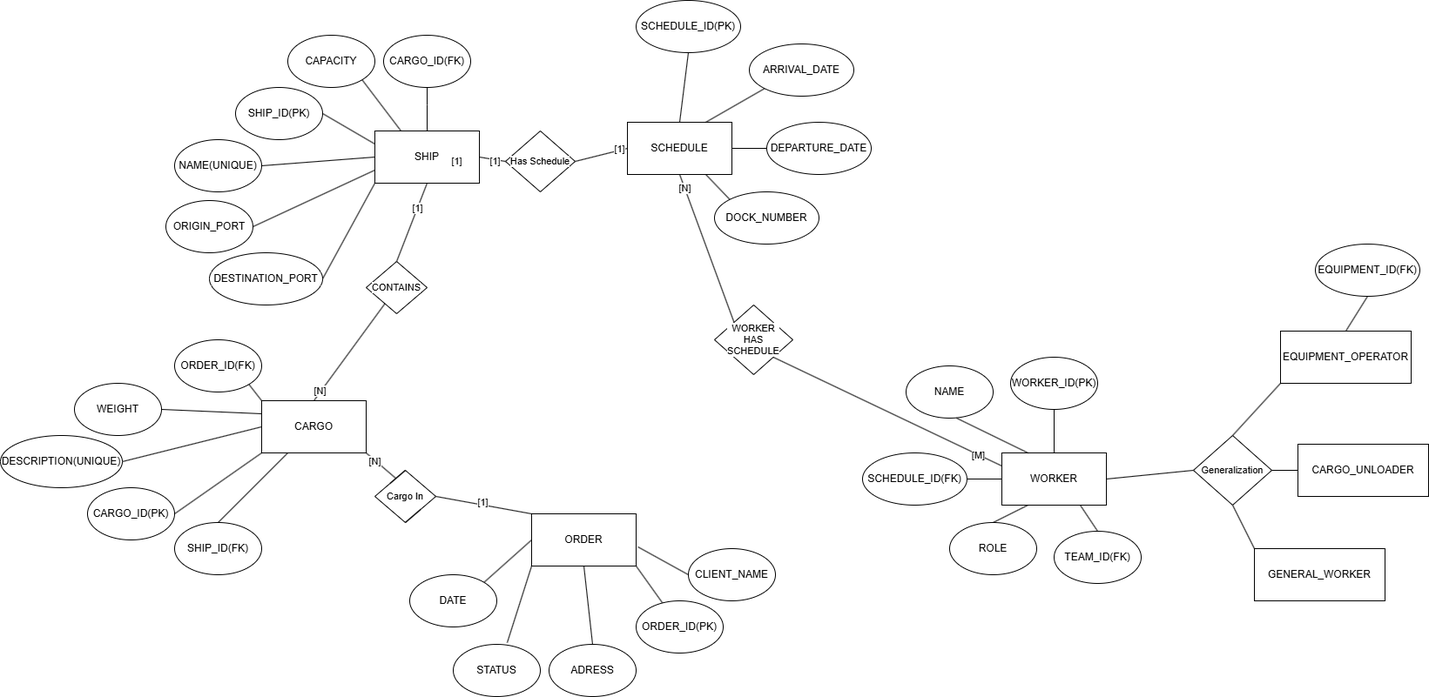
This is PortManagment.drawio.png from DarthRomolus/CarGarage, a draw.io export, as it was before one commit. Source tidied: cells renumbered, new cells last; positions are measured from the earlier drawing's top-left corner, leaving out a move shared by most shapes.
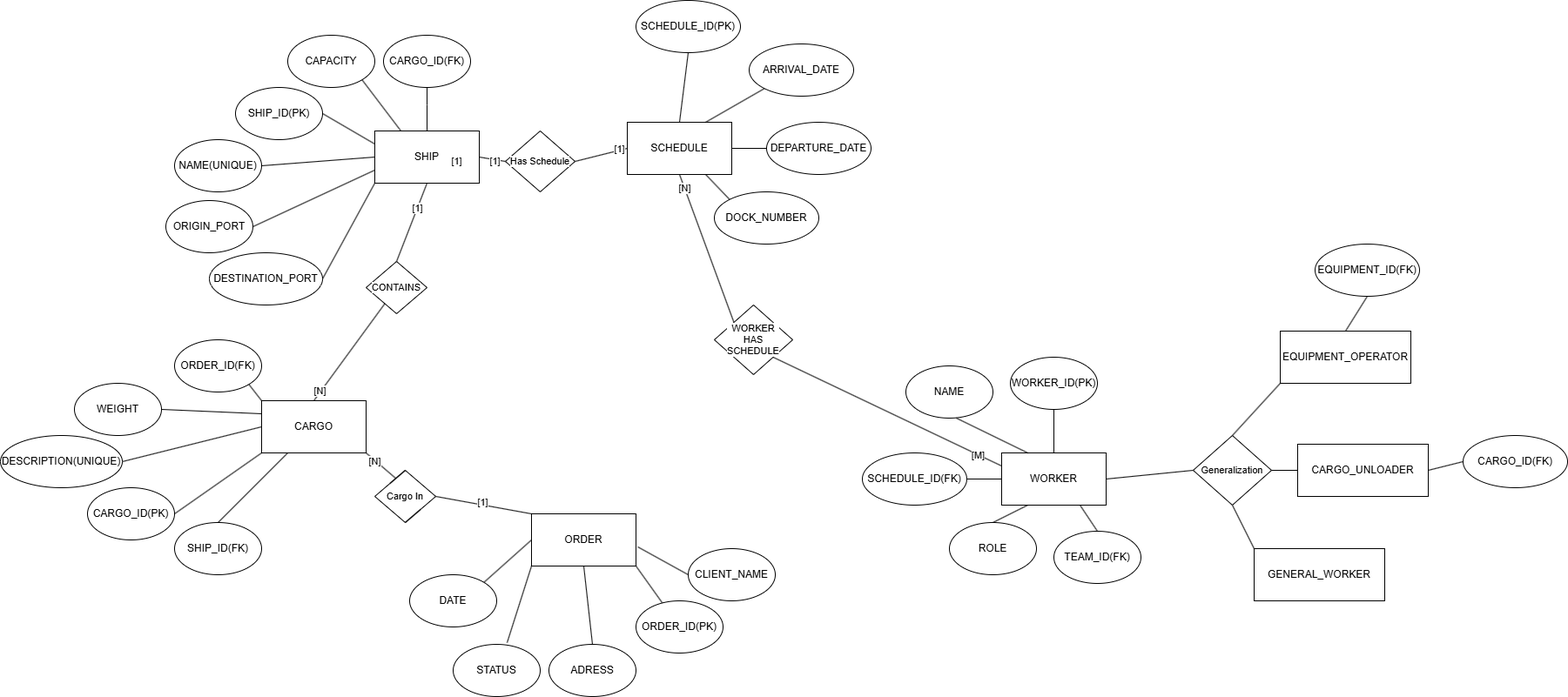
The same file after the commit.

What changed in the source:
```diff
@@ -254,6 +254,9 @@
     <mxCell id="81" style="edgeStyle=none;shape=connector;rounded=0;jettySize=auto;html=1;exitX=0;exitY=0.5;exitDx=0;exitDy=0;entryX=1;entryY=0.5;entryDx=0;entryDy=0;strokeColor=default;align=center;verticalAlign=middle;fontFamily=Helvetica;fontSize=11;fontColor=default;labelBackgroundColor=default;startFill=0;endArrow=none;" parent="1" edge="1" source="82" target="78">
       <mxGeometry relative="1" as="geometry" />
     </mxCell>
+    <mxCell id="90" style="edgeStyle=none;shape=connector;rounded=0;jettySize=auto;html=1;exitX=1;exitY=0.5;exitDx=0;exitDy=0;entryX=0;entryY=0.5;entryDx=0;entryDy=0;strokeColor=default;align=center;verticalAlign=middle;fontFamily=Helvetica;fontSize=11;fontColor=default;labelBackgroundColor=default;startFill=0;endArrow=none;" parent="1" edge="1" source="82" target="91">
+      <mxGeometry relative="1" as="geometry" />
+    </mxCell>
     <mxCell id="82" value="CARGO_UNLOADER" style="rounded=0;whiteSpace=wrap;html=1;" parent="1" vertex="1">
       <mxGeometry x="1490" y="510" width="150" height="60" as="geometry" />
     </mxCell>
@@ -278,5 +281,8 @@
     <mxCell id="89" value="WORKER&lt;div&gt;HAS&lt;/div&gt;&lt;div&gt;SCHEDULE&lt;/div&gt;" style="rhombus;whiteSpace=wrap;html=1;fontFamily=Helvetica;fontSize=11;fontColor=default;labelBackgroundColor=default;" parent="1" vertex="1">
       <mxGeometry x="820" y="350" width="90" height="80" as="geometry" />
     </mxCell>
+    <mxCell id="91" value="CARGO_ID(FK)" style="ellipse;whiteSpace=wrap;html=1;" parent="1" vertex="1">
+      <mxGeometry x="1680" y="500" width="120" height="60" as="geometry" />
+    </mxCell>
   </root>
 </mxGraphModel>
```
